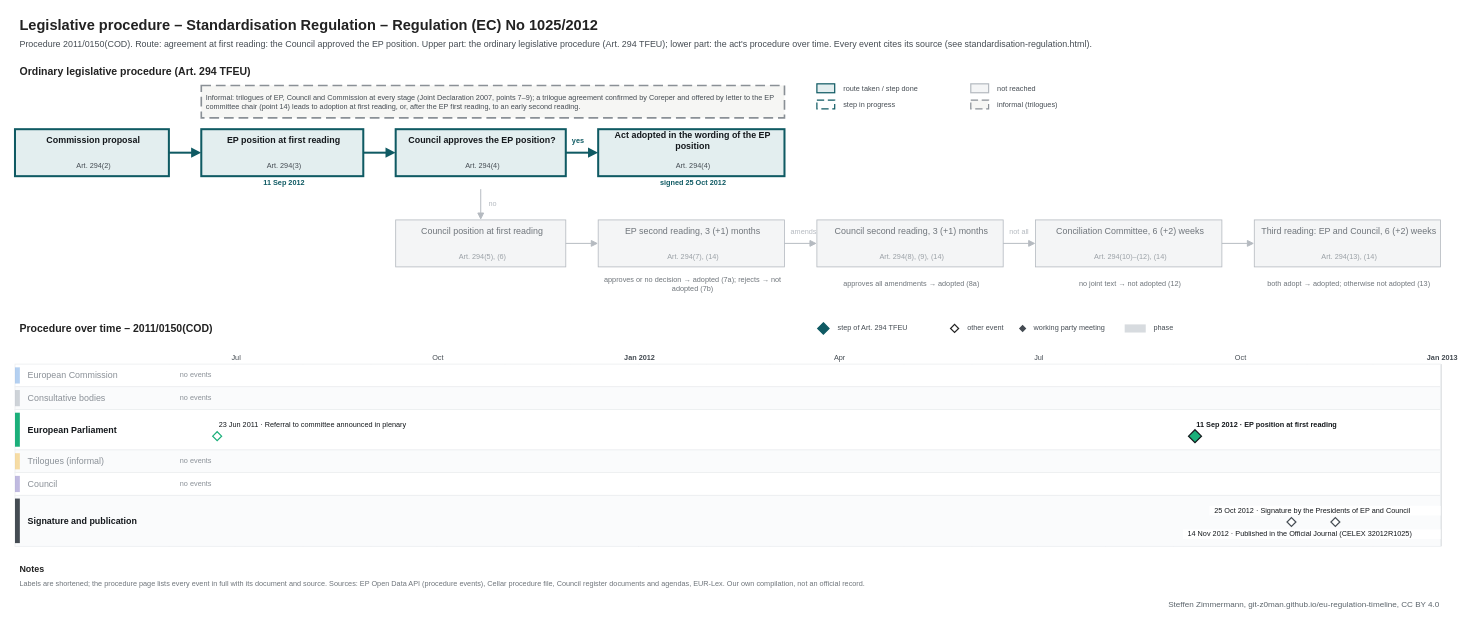
The draw.io diagram procedures/standardisation-regulation.drawio in git-z0man/eu-regulation-timeline, before the edit. Source tidied: cells renumbered, new cells numbered last; positions are measured from the earlier drawing's top-left corner, leaving out a move shared by most shapes. Both pictures are drawn from the tidied source at 81%, with x=0, y=0 at pixel (15, 14).
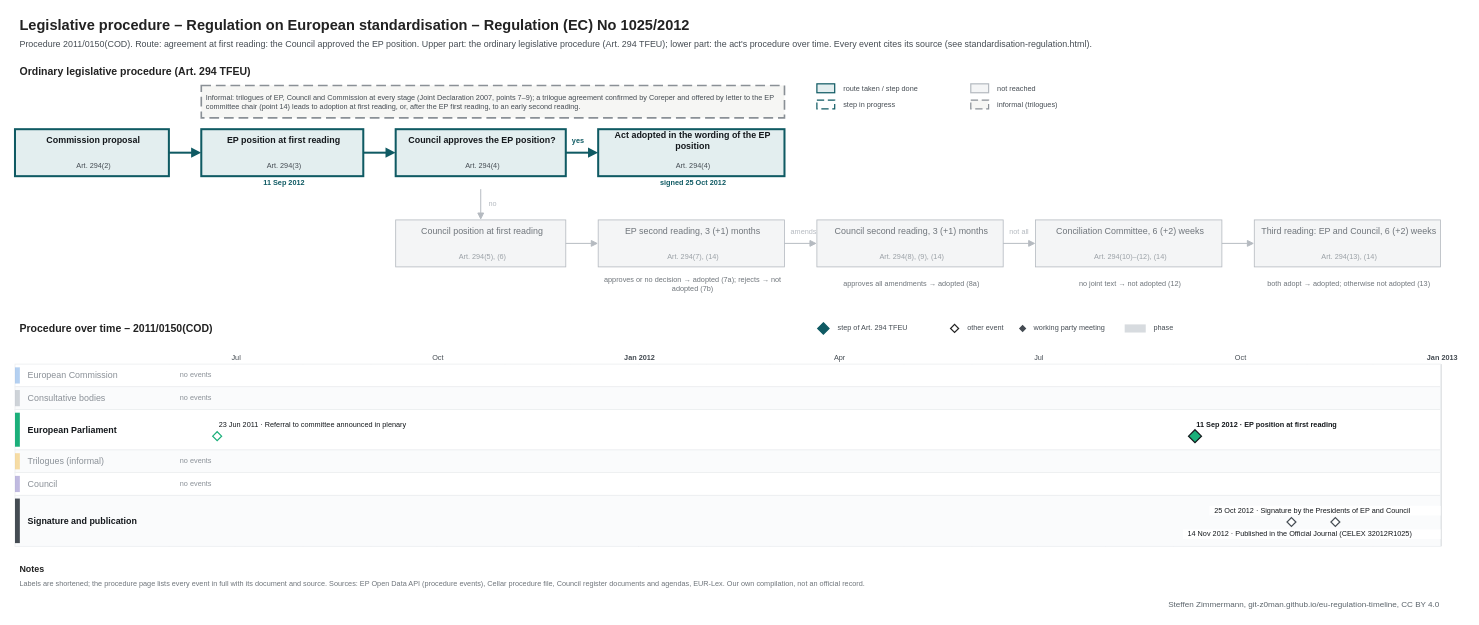
Above is the later version.

Diff of the diagram source:
```diff
@@
-    <mxCell id="2" value="Legislative procedure – Standardisation Regulation – Regulation (EC) No 1025/2012" style="text;html=1;fontSize=18;fontColor=#222222;align=left;verticalAlign=middle;spacingLeft=4;fontStyle=1;" parent="1" vertex="1">
+    <mxCell id="2" value="Legislative procedure – Regulation on European standardisation – Regulation (EC) No 1025/2012" style="text;html=1;fontSize=18;fontColor=#222222;align=left;verticalAlign=middle;spacingLeft=4;fontStyle=1;" parent="1" vertex="1">
       <mxGeometry width="1600" height="28" as="geometry" />
     </mxCell>
```
